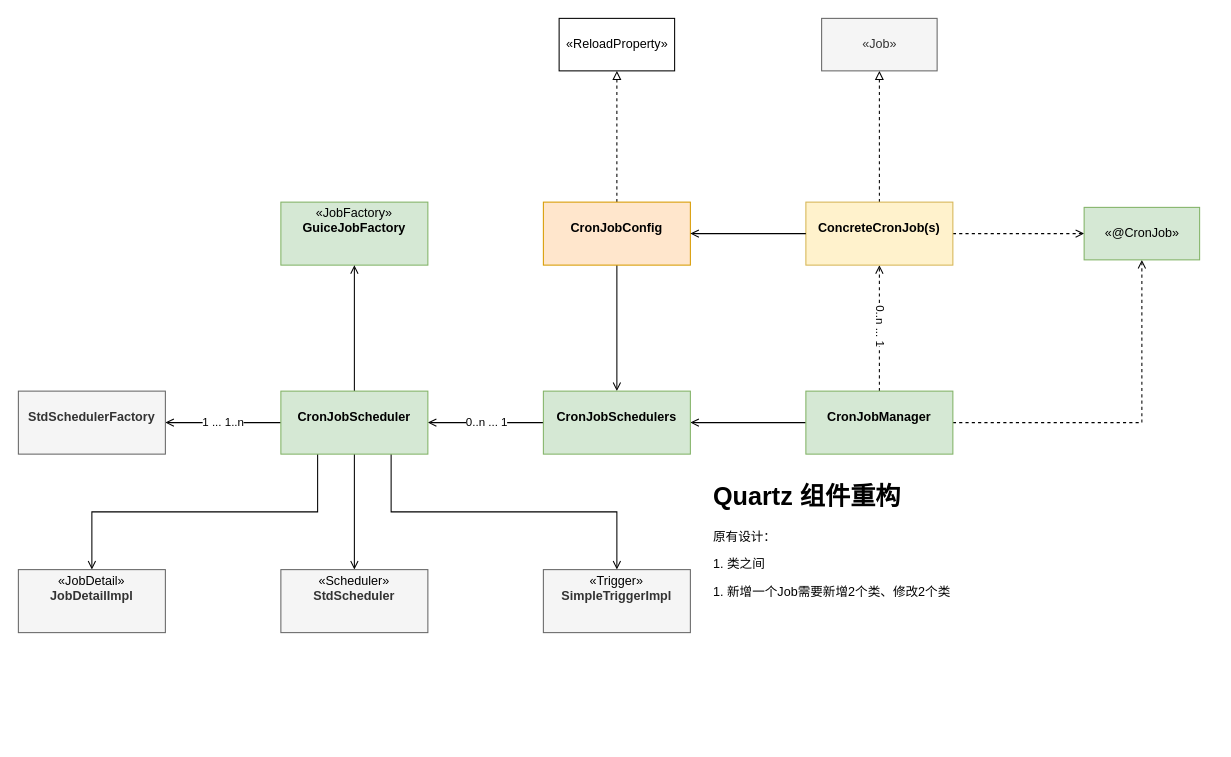
This is leyan/policy/policy-quartz-component-class-diagram.drawio from GeekKwok/UML, a draw.io file, before an edit. Source tidied: cells renumbered, new cells numbered last; positions are measured from the earlier drawing's top-left corner, leaving out a move shared by most shapes. Both pictures are drawn from the tidied source at 105%, with x=0, y=0 at pixel (18, 18).
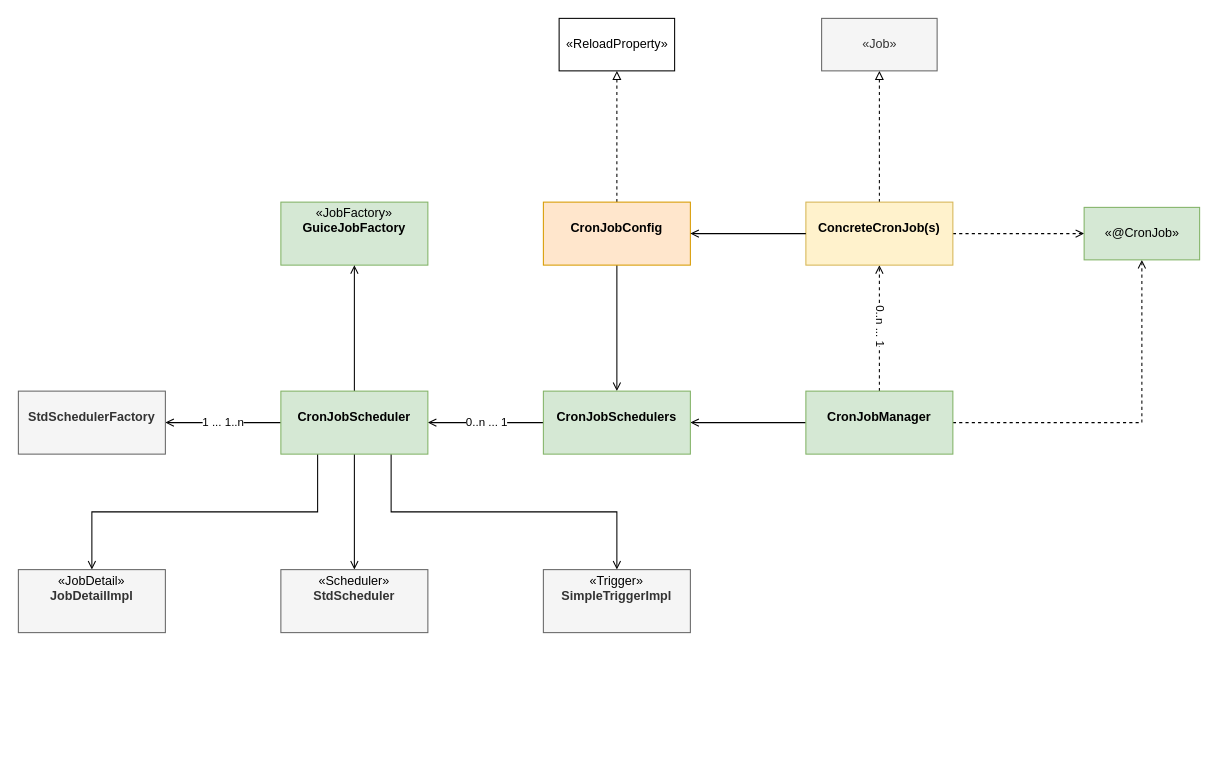
Above is the later version.

Diff of the diagram source:
```diff
@@
-    <mxCell id="33" value="&lt;h1&gt;Quartz 组件重构&lt;/h1&gt;&lt;p&gt;原有设计：&lt;/p&gt;&lt;p&gt;1. 类之间&lt;/p&gt;&lt;p&gt;1. 新增一个Job需要新增2个类、修改2个类&lt;/p&gt;" style="text;html=1;strokeColor=none;fillColor=none;spacing=5;spacingTop=-20;whiteSpace=wrap;overflow=hidden;rounded=0;" parent="1" vertex="1">
-      <mxGeometry x="657" y="436" width="480" height="250" as="geometry" />
-    </mxCell>
```
